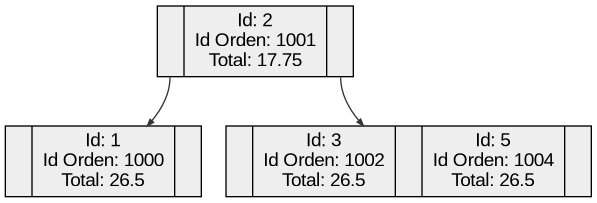
The Graphviz diagram Fase2/AutoGestPro/Reportes/ReporteFacturas.png in 0520Jose/-EDD-1S2025_202300539, before a commit. Its source is kept beside it as Fase2/AutoGestPro/Reportes/ReporteFacturas.dot.
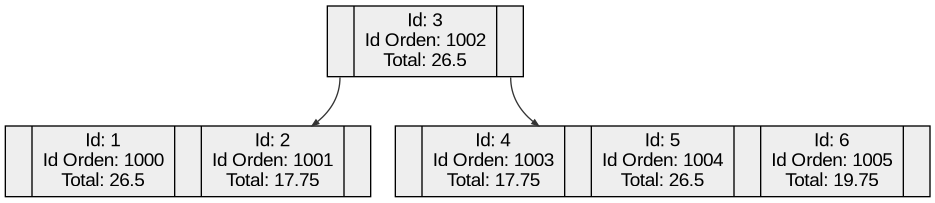
The same file after the commit.

The edit, as a diff of the source:
```diff
@@ -14,9 +14,9 @@
 edge [dir="forward"];
 edge [arrowhead="normal"];
 edge [arrowsize="0.5"];
-node19575591 [label="<f0>| Id: 2\nId Orden: 1001\nTotal: 17.75 | <f1>", shape=record];
-node19575591:f0 -> node42119052;
-node42119052 [label="<f0>| Id: 1\nId Orden: 1000\nTotal: 26.5 | <f1>", shape=record];
-node19575591:f1 -> node43527150;
-node43527150 [label="<f0>| Id: 3\nId Orden: 1002\nTotal: 26.5 | <f1>| Id: 5\nId Orden: 1004\nTotal: 26.5 | <f2>", shape=record];
+node42119052 [label="<f0>| Id: 3\nId Orden: 1002\nTotal: 26.5 | <f1>", shape=record];
+node42119052:f0 -> node43527150;
+node43527150 [label="<f0>| Id: 1\nId Orden: 1000\nTotal: 26.5 | <f1>| Id: 2\nId Orden: 1001\nTotal: 17.75 | <f2>", shape=record];
+node42119052:f1 -> node56200037;
+node56200037 [label="<f0>| Id: 4\nId Orden: 1003\nTotal: 17.75 | <f1>| Id: 5\nId Orden: 1004\nTotal: 26.5 | <f2>| Id: 6\nId Orden: 1005\nTotal: 19.75 | <f3>", shape=record];
 }
```
